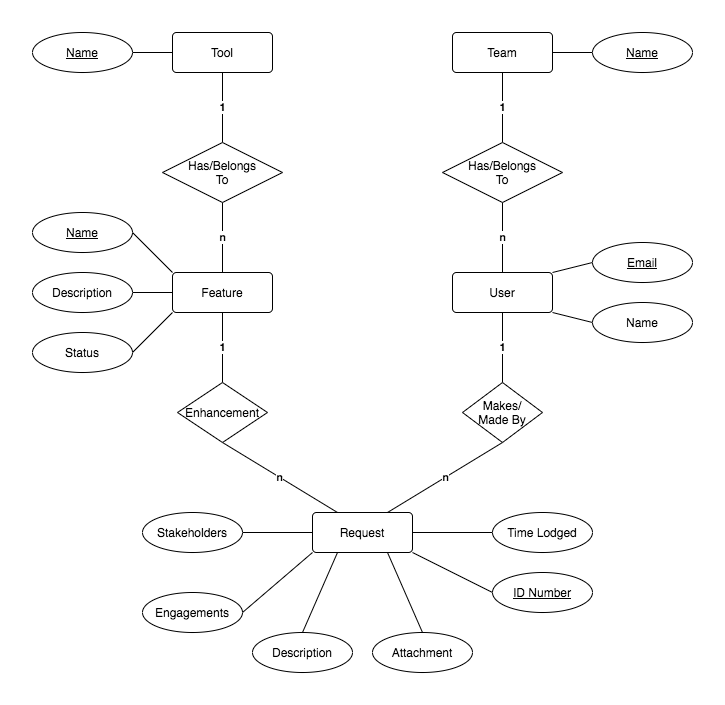
Earlier version of the draw.io export docs/DB Entity Rel Model.png (cpanzenbock/Fraudtech-Web-Activity). Source tidied: cells renumbered, new cells last; positions are measured from the earlier drawing's top-left corner, leaving out a move shared by most shapes. Source of this version:
```xml
<mxGraphModel>
  <root>
    <mxCell id="0" />
    <mxCell id="1" parent="0" />
    <mxCell id="2" value="&lt;b&gt;1&lt;/b&gt;" style="edgeStyle=none;rounded=0;jettySize=auto;html=1;exitX=0.5;exitY=1;exitDx=0;exitDy=0;entryX=0.5;entryY=0;entryDx=0;entryDy=0;endArrow=none;endFill=0;" parent="1" edge="1" source="3" target="29">
      <mxGeometry relative="1" as="geometry" />
    </mxCell>
    <mxCell id="3" value="Tool" style="rounded=1;arcSize=10;whiteSpace=wrap;html=1;align=center;" parent="1" vertex="1">
      <mxGeometry x="140" width="100" height="40" as="geometry" />
    </mxCell>
    <mxCell id="4" value="Feature" style="rounded=1;arcSize=10;whiteSpace=wrap;html=1;align=center;" parent="1" vertex="1">
      <mxGeometry x="140" y="240" width="100" height="40" as="geometry" />
    </mxCell>
    <mxCell id="5" style="rounded=0;jettySize=auto;html=1;exitX=1;exitY=0;exitDx=0;exitDy=0;entryX=0;entryY=0.5;entryDx=0;entryDy=0;endArrow=none;endFill=0;" parent="1" edge="1" source="8" target="15">
      <mxGeometry relative="1" as="geometry" />
    </mxCell>
    <mxCell id="6" style="edgeStyle=none;rounded=0;jettySize=auto;html=1;exitX=1;exitY=1;exitDx=0;exitDy=0;entryX=0;entryY=0.5;entryDx=0;entryDy=0;endArrow=none;endFill=0;" parent="1" edge="1" source="8" target="16">
      <mxGeometry relative="1" as="geometry" />
    </mxCell>
    <mxCell id="7" value="&lt;b&gt;1&lt;/b&gt;" style="edgeStyle=none;rounded=0;jettySize=auto;html=1;exitX=0.5;exitY=1;exitDx=0;exitDy=0;entryX=0.5;entryY=0;entryDx=0;entryDy=0;endArrow=none;endFill=0;" parent="1" edge="1" source="8" target="24">
      <mxGeometry relative="1" as="geometry" />
    </mxCell>
    <mxCell id="8" value="User" style="rounded=1;arcSize=10;whiteSpace=wrap;html=1;align=center;" parent="1" vertex="1">
      <mxGeometry x="420" y="240" width="100" height="40" as="geometry" />
    </mxCell>
    <mxCell id="9" style="edgeStyle=none;rounded=0;jettySize=auto;html=1;exitX=1;exitY=0.5;exitDx=0;exitDy=0;entryX=0;entryY=0.5;entryDx=0;entryDy=0;endArrow=none;endFill=0;" parent="1" edge="1" source="12" target="22">
      <mxGeometry relative="1" as="geometry" />
    </mxCell>
    <mxCell id="10" style="edgeStyle=none;rounded=0;jettySize=auto;html=1;exitX=1;exitY=1;exitDx=0;exitDy=0;entryX=0;entryY=0.5;entryDx=0;entryDy=0;endArrow=none;endFill=0;" parent="1" edge="1" source="12" target="21">
      <mxGeometry relative="1" as="geometry" />
    </mxCell>
    <mxCell id="11" style="edgeStyle=none;rounded=0;jettySize=auto;html=1;exitX=0.75;exitY=1;exitDx=0;exitDy=0;entryX=0.5;entryY=0;entryDx=0;entryDy=0;endArrow=none;endFill=0;" parent="1" edge="1" source="12" target="44">
      <mxGeometry relative="1" as="geometry" />
    </mxCell>
    <mxCell id="12" value="Request" style="rounded=1;arcSize=10;whiteSpace=wrap;html=1;align=center;" parent="1" vertex="1">
      <mxGeometry x="280" y="480" width="100" height="40" as="geometry" />
    </mxCell>
    <mxCell id="13" style="edgeStyle=none;rounded=0;jettySize=auto;html=1;exitX=1;exitY=0.5;exitDx=0;exitDy=0;entryX=0;entryY=0.5;entryDx=0;entryDy=0;endArrow=none;endFill=0;" parent="1" edge="1" source="14" target="20">
      <mxGeometry relative="1" as="geometry" />
    </mxCell>
    <mxCell id="14" value="Team" style="rounded=1;arcSize=10;whiteSpace=wrap;html=1;align=center;" parent="1" vertex="1">
      <mxGeometry x="420" width="100" height="40" as="geometry" />
    </mxCell>
    <mxCell id="15" value="Email" style="ellipse;whiteSpace=wrap;html=1;align=center;fontStyle=4;" parent="1" vertex="1">
      <mxGeometry x="560" y="210" width="100" height="40" as="geometry" />
    </mxCell>
    <mxCell id="16" value="Name" style="ellipse;whiteSpace=wrap;html=1;align=center;" parent="1" vertex="1">
      <mxGeometry x="560" y="270" width="100" height="40" as="geometry" />
    </mxCell>
    <mxCell id="17" value="&lt;b&gt;n&lt;/b&gt;" style="edgeStyle=none;rounded=0;jettySize=auto;html=1;exitX=0.5;exitY=1;exitDx=0;exitDy=0;entryX=0.5;entryY=0;entryDx=0;entryDy=0;endArrow=none;endFill=0;" parent="1" edge="1" source="19" target="8">
      <mxGeometry relative="1" as="geometry" />
    </mxCell>
    <mxCell id="18" value="&lt;b&gt;1&lt;/b&gt;" style="edgeStyle=none;rounded=0;jettySize=auto;html=1;exitX=0.5;exitY=0;exitDx=0;exitDy=0;entryX=0.5;entryY=1;entryDx=0;entryDy=0;endArrow=none;endFill=0;" parent="1" edge="1" source="19" target="14">
      <mxGeometry relative="1" as="geometry" />
    </mxCell>
    <mxCell id="19" value="Has/Belongs&lt;br&gt;To" style="shape=rhombus;perimeter=rhombusPerimeter;whiteSpace=wrap;html=1;align=center;" parent="1" vertex="1">
      <mxGeometry x="410" y="110" width="120" height="60" as="geometry" />
    </mxCell>
    <mxCell id="20" value="Name" style="ellipse;whiteSpace=wrap;html=1;align=center;fontStyle=4;" parent="1" vertex="1">
      <mxGeometry x="560" width="100" height="40" as="geometry" />
    </mxCell>
    <mxCell id="21" value="ID Number" style="ellipse;whiteSpace=wrap;html=1;align=center;fontStyle=4;" parent="1" vertex="1">
      <mxGeometry x="460" y="540" width="100" height="40" as="geometry" />
    </mxCell>
    <mxCell id="22" value="Time Lodged" style="ellipse;whiteSpace=wrap;html=1;align=center;" parent="1" vertex="1">
      <mxGeometry x="460" y="480" width="100" height="40" as="geometry" />
    </mxCell>
    <mxCell id="23" value="&lt;span&gt;n&lt;/span&gt;" style="edgeStyle=none;rounded=0;jettySize=auto;html=1;exitX=0.5;exitY=1;exitDx=0;exitDy=0;entryX=0.75;entryY=0;entryDx=0;entryDy=0;endArrow=none;endFill=0;fontStyle=1;" parent="1" edge="1" source="24" target="12">
      <mxGeometry relative="1" as="geometry" />
    </mxCell>
    <mxCell id="24" value="Makes/&lt;br&gt;Made By" style="shape=rhombus;perimeter=rhombusPerimeter;whiteSpace=wrap;html=1;align=center;" parent="1" vertex="1">
      <mxGeometry x="430" y="350" width="80" height="60" as="geometry" />
    </mxCell>
    <mxCell id="25" value="&lt;span&gt;n&lt;/span&gt;" style="edgeStyle=none;rounded=0;jettySize=auto;html=1;exitX=0.5;exitY=1;exitDx=0;exitDy=0;entryX=0.25;entryY=0;entryDx=0;entryDy=0;endArrow=none;endFill=0;fontStyle=1;" parent="1" edge="1" source="27" target="12">
      <mxGeometry relative="1" as="geometry" />
    </mxCell>
    <mxCell id="26" value="&lt;span&gt;1&lt;/span&gt;" style="edgeStyle=none;rounded=0;jettySize=auto;html=1;exitX=0.5;exitY=0;exitDx=0;exitDy=0;entryX=0.5;entryY=1;entryDx=0;entryDy=0;endArrow=none;endFill=0;fontStyle=1;" parent="1" edge="1" source="27" target="4">
      <mxGeometry relative="1" as="geometry" />
    </mxCell>
    <mxCell id="27" value="Enhancement" style="shape=rhombus;perimeter=rhombusPerimeter;whiteSpace=wrap;html=1;align=center;" parent="1" vertex="1">
      <mxGeometry x="145" y="350" width="90" height="60" as="geometry" />
    </mxCell>
    <mxCell id="28" value="&lt;b&gt;n&lt;/b&gt;" style="edgeStyle=none;rounded=0;jettySize=auto;html=1;exitX=0.5;exitY=1;exitDx=0;exitDy=0;entryX=0.5;entryY=0;entryDx=0;entryDy=0;endArrow=none;endFill=0;" parent="1" edge="1" source="29" target="4">
      <mxGeometry relative="1" as="geometry" />
    </mxCell>
    <mxCell id="29" value="Has/Belongs&lt;br&gt;To" style="shape=rhombus;perimeter=rhombusPerimeter;whiteSpace=wrap;html=1;align=center;" parent="1" vertex="1">
      <mxGeometry x="130" y="110" width="120" height="60" as="geometry" />
    </mxCell>
    <mxCell id="30" style="edgeStyle=none;rounded=0;jettySize=auto;html=1;exitX=1;exitY=0.5;exitDx=0;exitDy=0;entryX=0;entryY=0.5;entryDx=0;entryDy=0;endArrow=none;endFill=0;" parent="1" edge="1" source="31" target="3">
      <mxGeometry relative="1" as="geometry" />
    </mxCell>
    <mxCell id="31" value="Name" style="ellipse;whiteSpace=wrap;html=1;align=center;fontStyle=4;" parent="1" vertex="1">
      <mxGeometry width="100" height="40" as="geometry" />
    </mxCell>
    <mxCell id="32" style="edgeStyle=none;rounded=0;jettySize=auto;html=1;exitX=1;exitY=0.5;exitDx=0;exitDy=0;entryX=0;entryY=0;entryDx=0;entryDy=0;endArrow=none;endFill=0;" parent="1" edge="1" source="33" target="4">
      <mxGeometry relative="1" as="geometry" />
    </mxCell>
    <mxCell id="33" value="Name" style="ellipse;whiteSpace=wrap;html=1;align=center;fontStyle=4;" parent="1" vertex="1">
      <mxGeometry y="180" width="100" height="40" as="geometry" />
    </mxCell>
    <mxCell id="34" style="edgeStyle=none;rounded=0;jettySize=auto;html=1;exitX=1;exitY=0.5;exitDx=0;exitDy=0;entryX=0;entryY=0.5;entryDx=0;entryDy=0;endArrow=none;endFill=0;" parent="1" edge="1" source="35" target="4">
      <mxGeometry relative="1" as="geometry" />
    </mxCell>
    <mxCell id="35" value="Description" style="ellipse;whiteSpace=wrap;html=1;align=center;" parent="1" vertex="1">
      <mxGeometry y="240" width="100" height="40" as="geometry" />
    </mxCell>
    <mxCell id="36" style="edgeStyle=none;rounded=0;jettySize=auto;html=1;exitX=1;exitY=0.5;exitDx=0;exitDy=0;entryX=0;entryY=1;entryDx=0;entryDy=0;endArrow=none;endFill=0;" parent="1" edge="1" source="37" target="4">
      <mxGeometry relative="1" as="geometry" />
    </mxCell>
    <mxCell id="37" value="Status" style="ellipse;whiteSpace=wrap;html=1;align=center;" parent="1" vertex="1">
      <mxGeometry y="300" width="100" height="40" as="geometry" />
    </mxCell>
    <mxCell id="38" style="edgeStyle=none;rounded=0;jettySize=auto;html=1;exitX=1;exitY=0.5;exitDx=0;exitDy=0;entryX=0;entryY=0.5;entryDx=0;entryDy=0;endArrow=none;endFill=0;" parent="1" edge="1" source="39" target="12">
      <mxGeometry relative="1" as="geometry" />
    </mxCell>
    <mxCell id="39" value="Stakeholders" style="ellipse;whiteSpace=wrap;html=1;align=center;" parent="1" vertex="1">
      <mxGeometry x="110" y="480" width="100" height="40" as="geometry" />
    </mxCell>
    <mxCell id="40" style="edgeStyle=none;rounded=0;jettySize=auto;html=1;exitX=1;exitY=0.5;exitDx=0;exitDy=0;entryX=0;entryY=1;entryDx=0;entryDy=0;endArrow=none;endFill=0;" parent="1" edge="1" source="41" target="12">
      <mxGeometry relative="1" as="geometry" />
    </mxCell>
    <mxCell id="41" value="Engagements" style="ellipse;whiteSpace=wrap;html=1;align=center;" parent="1" vertex="1">
      <mxGeometry x="110" y="560" width="100" height="40" as="geometry" />
    </mxCell>
    <mxCell id="42" style="edgeStyle=none;rounded=0;jettySize=auto;html=1;exitX=0.5;exitY=0;exitDx=0;exitDy=0;entryX=0.25;entryY=1;entryDx=0;entryDy=0;endArrow=none;endFill=0;" parent="1" edge="1" source="43" target="12">
      <mxGeometry relative="1" as="geometry" />
    </mxCell>
    <mxCell id="43" value="Description" style="ellipse;whiteSpace=wrap;html=1;align=center;" parent="1" vertex="1">
      <mxGeometry x="220" y="600" width="100" height="40" as="geometry" />
    </mxCell>
    <mxCell id="44" value="Attachment" style="ellipse;whiteSpace=wrap;html=1;align=center;" parent="1" vertex="1">
      <mxGeometry x="340" y="600" width="100" height="40" as="geometry" />
    </mxCell>
  </root>
</mxGraphModel>
```
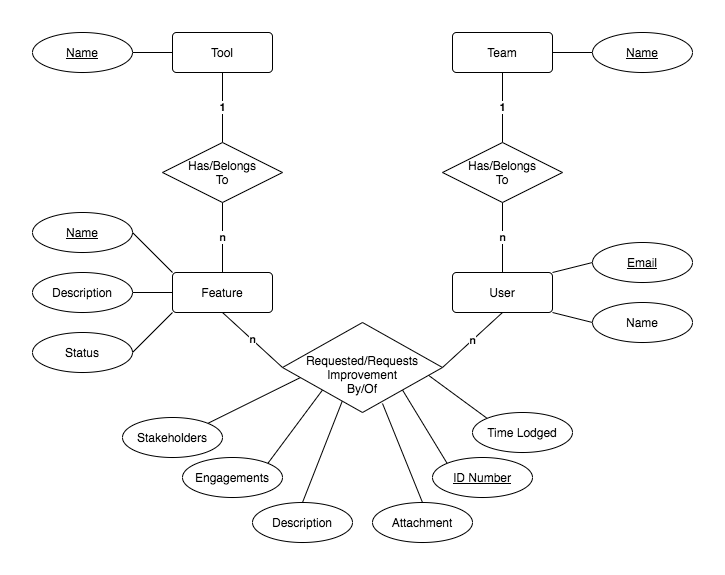
The same file after the commit.

Commit message:
DB Schema Model

Diff of the diagram source:
```diff
@@ -17,24 +17,21 @@
     <mxCell id="6" style="edgeStyle=none;rounded=0;jettySize=auto;html=1;exitX=1;exitY=1;exitDx=0;exitDy=0;entryX=0;entryY=0.5;entryDx=0;entryDy=0;endArrow=none;endFill=0;" parent="1" edge="1" source="8" target="16">
       <mxGeometry relative="1" as="geometry" />
     </mxCell>
-    <mxCell id="7" value="&lt;b&gt;1&lt;/b&gt;" style="edgeStyle=none;rounded=0;jettySize=auto;html=1;exitX=0.5;exitY=1;exitDx=0;exitDy=0;entryX=0.5;entryY=0;entryDx=0;entryDy=0;endArrow=none;endFill=0;" parent="1" edge="1" source="8" target="24">
+    <mxCell id="7" value="&lt;b&gt;n&lt;/b&gt;" style="edgeStyle=none;rounded=0;jettySize=auto;html=1;exitX=0.5;exitY=1;exitDx=0;exitDy=0;entryX=1;entryY=0.5;entryDx=0;entryDy=0;endArrow=none;endFill=0;" parent="1" edge="1" source="8" target="45">
       <mxGeometry relative="1" as="geometry" />
     </mxCell>
     <mxCell id="8" value="User" style="rounded=1;arcSize=10;whiteSpace=wrap;html=1;align=center;" parent="1" vertex="1">
       <mxGeometry x="420" y="240" width="100" height="40" as="geometry" />
     </mxCell>
-    <mxCell id="9" style="edgeStyle=none;rounded=0;jettySize=auto;html=1;exitX=1;exitY=0.5;exitDx=0;exitDy=0;entryX=0;entryY=0.5;entryDx=0;entryDy=0;endArrow=none;endFill=0;" parent="1" edge="1" source="12" target="22">
+    <mxCell id="9" style="edgeStyle=none;rounded=0;jettySize=auto;html=1;exitX=0.906;exitY=0.578;exitDx=0;exitDy=0;entryX=0;entryY=0;entryDx=0;entryDy=0;endArrow=none;endFill=0;exitPerimeter=0;" parent="1" edge="1" source="45" target="22">
       <mxGeometry relative="1" as="geometry" />
     </mxCell>
-    <mxCell id="10" style="edgeStyle=none;rounded=0;jettySize=auto;html=1;exitX=1;exitY=1;exitDx=0;exitDy=0;entryX=0;entryY=0.5;entryDx=0;entryDy=0;endArrow=none;endFill=0;" parent="1" edge="1" source="12" target="21">
+    <mxCell id="10" style="edgeStyle=none;rounded=0;jettySize=auto;html=1;exitX=1;exitY=1;exitDx=0;exitDy=0;entryX=0;entryY=0;entryDx=0;entryDy=0;endArrow=none;endFill=0;" parent="1" edge="1" source="45" target="21">
       <mxGeometry relative="1" as="geometry" />
     </mxCell>
-    <mxCell id="11" style="edgeStyle=none;rounded=0;jettySize=auto;html=1;exitX=0.75;exitY=1;exitDx=0;exitDy=0;entryX=0.5;entryY=0;entryDx=0;entryDy=0;endArrow=none;endFill=0;" parent="1" edge="1" source="12" target="44">
+    <mxCell id="11" style="edgeStyle=none;rounded=0;jettySize=auto;html=1;exitX=0.625;exitY=0.9;exitDx=0;exitDy=0;entryX=0.5;entryY=0;entryDx=0;entryDy=0;endArrow=none;endFill=0;exitPerimeter=0;" parent="1" edge="1" source="45" target="44">
       <mxGeometry relative="1" as="geometry" />
     </mxCell>
-    <mxCell id="12" value="Request" style="rounded=1;arcSize=10;whiteSpace=wrap;html=1;align=center;" parent="1" vertex="1">
-      <mxGeometry x="280" y="480" width="100" height="40" as="geometry" />
-    </mxCell>
     <mxCell id="13" style="edgeStyle=none;rounded=0;jettySize=auto;html=1;exitX=1;exitY=0.5;exitDx=0;exitDy=0;entryX=0;entryY=0.5;entryDx=0;entryDy=0;endArrow=none;endFill=0;" parent="1" edge="1" source="14" target="20">
       <mxGeometry relative="1" as="geometry" />
     </mxCell>
@@ -60,26 +57,14 @@
       <mxGeometry x="560" width="100" height="40" as="geometry" />
     </mxCell>
     <mxCell id="21" value="ID Number" style="ellipse;whiteSpace=wrap;html=1;align=center;fontStyle=4;" parent="1" vertex="1">
-      <mxGeometry x="460" y="540" width="100" height="40" as="geometry" />
+      <mxGeometry x="400" y="425" width="100" height="40" as="geometry" />
     </mxCell>
     <mxCell id="22" value="Time Lodged" style="ellipse;whiteSpace=wrap;html=1;align=center;" parent="1" vertex="1">
-      <mxGeometry x="460" y="480" width="100" height="40" as="geometry" />
+      <mxGeometry x="440" y="380" width="100" height="40" as="geometry" />
     </mxCell>
-    <mxCell id="23" value="&lt;span&gt;n&lt;/span&gt;" style="edgeStyle=none;rounded=0;jettySize=auto;html=1;exitX=0.5;exitY=1;exitDx=0;exitDy=0;entryX=0.75;entryY=0;entryDx=0;entryDy=0;endArrow=none;endFill=0;fontStyle=1;" parent="1" edge="1" source="24" target="12">
-      <mxGeometry relative="1" as="geometry" />
-    </mxCell>
-    <mxCell id="24" value="Makes/&lt;br&gt;Made By" style="shape=rhombus;perimeter=rhombusPerimeter;whiteSpace=wrap;html=1;align=center;" parent="1" vertex="1">
-      <mxGeometry x="430" y="350" width="80" height="60" as="geometry" />
-    </mxCell>
-    <mxCell id="25" value="&lt;span&gt;n&lt;/span&gt;" style="edgeStyle=none;rounded=0;jettySize=auto;html=1;exitX=0.5;exitY=1;exitDx=0;exitDy=0;entryX=0.25;entryY=0;entryDx=0;entryDy=0;endArrow=none;endFill=0;fontStyle=1;" parent="1" edge="1" source="27" target="12">
-      <mxGeometry relative="1" as="geometry" />
-    </mxCell>
-    <mxCell id="26" value="&lt;span&gt;1&lt;/span&gt;" style="edgeStyle=none;rounded=0;jettySize=auto;html=1;exitX=0.5;exitY=0;exitDx=0;exitDy=0;entryX=0.5;entryY=1;entryDx=0;entryDy=0;endArrow=none;endFill=0;fontStyle=1;" parent="1" edge="1" source="27" target="4">
+    <mxCell id="26" value="&lt;span&gt;n&lt;/span&gt;" style="edgeStyle=none;rounded=0;jettySize=auto;html=1;exitX=0;exitY=0.5;exitDx=0;exitDy=0;entryX=0.5;entryY=1;entryDx=0;entryDy=0;endArrow=none;endFill=0;fontStyle=1;" parent="1" edge="1" source="45" target="4">
       <mxGeometry relative="1" as="geometry" />
     </mxCell>
-    <mxCell id="27" value="Enhancement" style="shape=rhombus;perimeter=rhombusPerimeter;whiteSpace=wrap;html=1;align=center;" parent="1" vertex="1">
-      <mxGeometry x="145" y="350" width="90" height="60" as="geometry" />
-    </mxCell>
     <mxCell id="28" value="&lt;b&gt;n&lt;/b&gt;" style="edgeStyle=none;rounded=0;jettySize=auto;html=1;exitX=0.5;exitY=1;exitDx=0;exitDy=0;entryX=0.5;entryY=0;entryDx=0;entryDy=0;endArrow=none;endFill=0;" parent="1" edge="1" source="29" target="4">
       <mxGeometry relative="1" as="geometry" />
     </mxCell>
@@ -110,26 +95,29 @@
     <mxCell id="37" value="Status" style="ellipse;whiteSpace=wrap;html=1;align=center;" parent="1" vertex="1">
       <mxGeometry y="300" width="100" height="40" as="geometry" />
     </mxCell>
-    <mxCell id="38" style="edgeStyle=none;rounded=0;jettySize=auto;html=1;exitX=1;exitY=0.5;exitDx=0;exitDy=0;entryX=0;entryY=0.5;entryDx=0;entryDy=0;endArrow=none;endFill=0;" parent="1" edge="1" source="39" target="12">
+    <mxCell id="38" style="edgeStyle=none;rounded=0;jettySize=auto;html=1;exitX=1;exitY=0;exitDx=0;exitDy=0;entryX=0.113;entryY=0.611;entryDx=0;entryDy=0;endArrow=none;endFill=0;entryPerimeter=0;" parent="1" edge="1" source="39" target="45">
       <mxGeometry relative="1" as="geometry" />
     </mxCell>
     <mxCell id="39" value="Stakeholders" style="ellipse;whiteSpace=wrap;html=1;align=center;" parent="1" vertex="1">
-      <mxGeometry x="110" y="480" width="100" height="40" as="geometry" />
+      <mxGeometry x="90" y="385" width="100" height="40" as="geometry" />
     </mxCell>
-    <mxCell id="40" style="edgeStyle=none;rounded=0;jettySize=auto;html=1;exitX=1;exitY=0.5;exitDx=0;exitDy=0;entryX=0;entryY=1;entryDx=0;entryDy=0;endArrow=none;endFill=0;" parent="1" edge="1" source="41" target="12">
+    <mxCell id="40" style="edgeStyle=none;rounded=0;jettySize=auto;html=1;exitX=1;exitY=0;exitDx=0;exitDy=0;endArrow=none;endFill=0;entryX=0;entryY=1;entryDx=0;entryDy=0;" parent="1" edge="1" source="41" target="45">
       <mxGeometry relative="1" as="geometry" />
     </mxCell>
     <mxCell id="41" value="Engagements" style="ellipse;whiteSpace=wrap;html=1;align=center;" parent="1" vertex="1">
-      <mxGeometry x="110" y="560" width="100" height="40" as="geometry" />
+      <mxGeometry x="150" y="425" width="100" height="40" as="geometry" />
     </mxCell>
-    <mxCell id="42" style="edgeStyle=none;rounded=0;jettySize=auto;html=1;exitX=0.5;exitY=0;exitDx=0;exitDy=0;entryX=0.25;entryY=1;entryDx=0;entryDy=0;endArrow=none;endFill=0;" parent="1" edge="1" source="43" target="12">
+    <mxCell id="42" style="edgeStyle=none;rounded=0;jettySize=auto;html=1;exitX=0.5;exitY=0;exitDx=0;exitDy=0;entryX=0.375;entryY=0.867;entryDx=0;entryDy=0;endArrow=none;endFill=0;entryPerimeter=0;" parent="1" edge="1" source="43" target="45">
       <mxGeometry relative="1" as="geometry" />
     </mxCell>
     <mxCell id="43" value="Description" style="ellipse;whiteSpace=wrap;html=1;align=center;" parent="1" vertex="1">
-      <mxGeometry x="220" y="600" width="100" height="40" as="geometry" />
+      <mxGeometry x="220" y="470" width="100" height="40" as="geometry" />
     </mxCell>
     <mxCell id="44" value="Attachment" style="ellipse;whiteSpace=wrap;html=1;align=center;" parent="1" vertex="1">
-      <mxGeometry x="340" y="600" width="100" height="40" as="geometry" />
+      <mxGeometry x="340" y="470" width="100" height="40" as="geometry" />
     </mxCell>
+    <mxCell id="45" value="Requested/Requests&lt;br&gt;Improvement&lt;br&gt;By/Of&lt;br&gt;&lt;font color=&quot;#ffffff&quot;&gt;_&lt;/font&gt;" style="shape=rhombus;perimeter=rhombusPerimeter;whiteSpace=wrap;html=1;align=center;verticalAlign=bottom;" parent="1" vertex="1">
+      <mxGeometry x="250" y="290" width="160" height="90" as="geometry" />
+    </mxCell>
   </root>
 </mxGraphModel>
```
